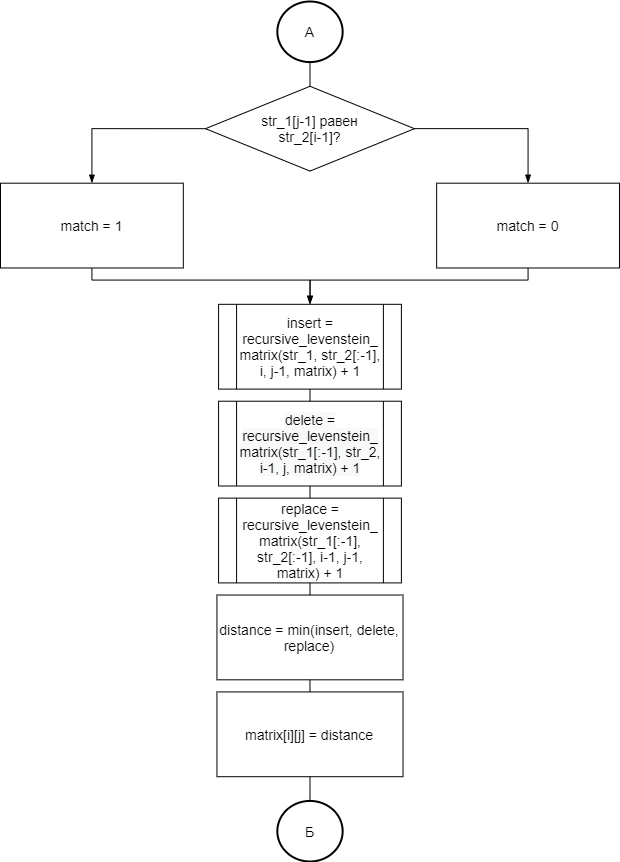
Earlier version of the draw.io export lab_01/report/diagrams/Рекурсивный Левенштейн с матрицей2.png (leontartykov/bmstu_sem_5_aa). Source tidied: cells renumbered, new cells last; positions are measured from the earlier drawing's top-left corner, leaving out a move shared by most shapes.
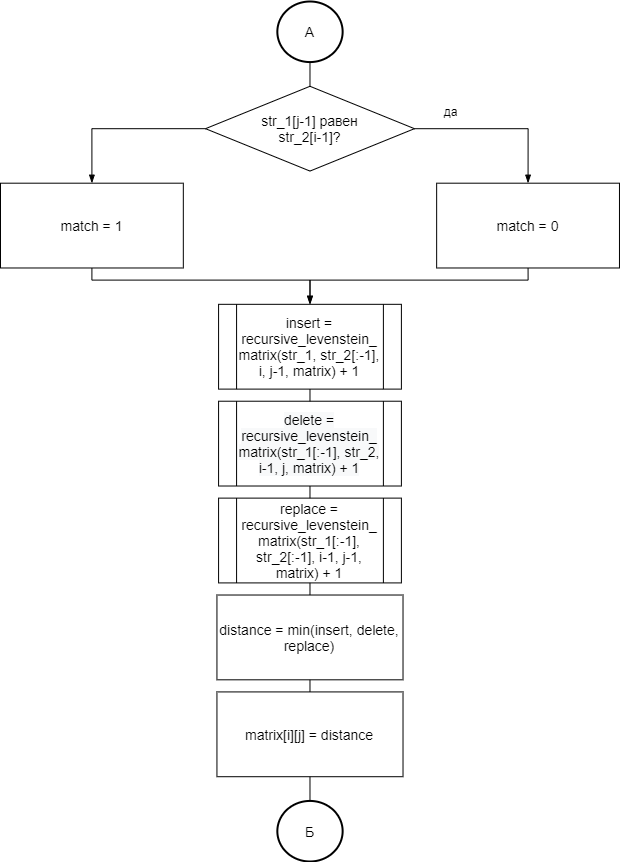
After the commit.

Change to the diagram source:
```diff
@@ -75,5 +75,8 @@
     <mxCell id="22" value="&lt;font style=&quot;font-size: 14px&quot;&gt;А&lt;/font&gt;" style="strokeWidth=2;html=1;shape=mxgraph.flowchart.start_2;whiteSpace=wrap;" parent="2" vertex="1">
       <mxGeometry x="276.8" width="65.3" height="60.6" as="geometry" />
     </mxCell>
+    <mxCell id="23" value="да" style="text;html=1;align=center;verticalAlign=middle;strokeColor=none;" parent="1" vertex="1">
+      <mxGeometry x="435" y="100" width="30" height="20" as="geometry" />
+    </mxCell>
   </root>
 </mxGraphModel>
```
